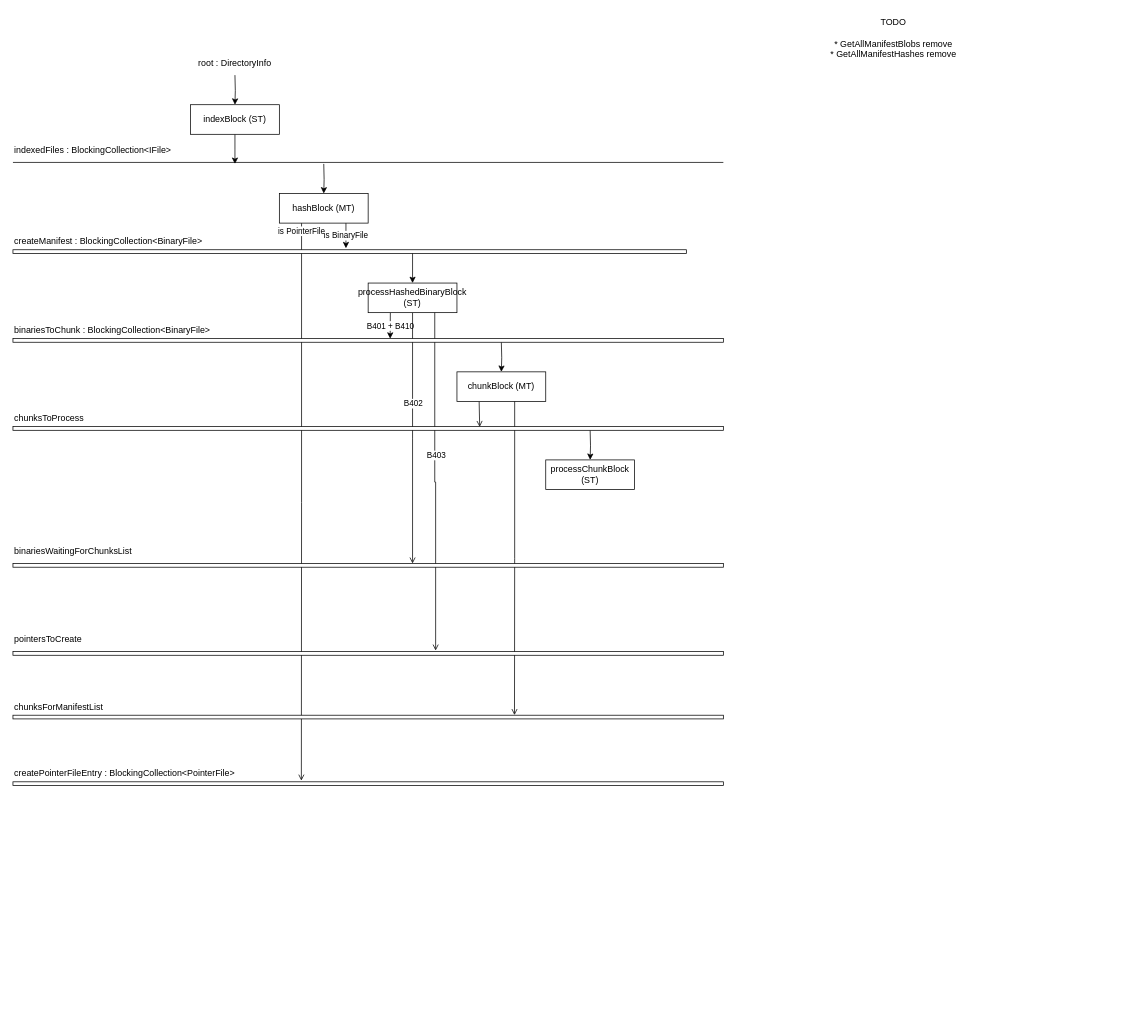
woutervanranst/Arius keeps this draw.io diagram as docs/AriusFlows.drawio. Above is the earlier version. Source tidied: cells renumbered, new cells numbered last; positions are measured from the earlier drawing's top-left corner, leaving out a move shared by most shapes. Both pictures are drawn from the tidied source at 74%, with x=0, y=0 at pixel (13, 30).
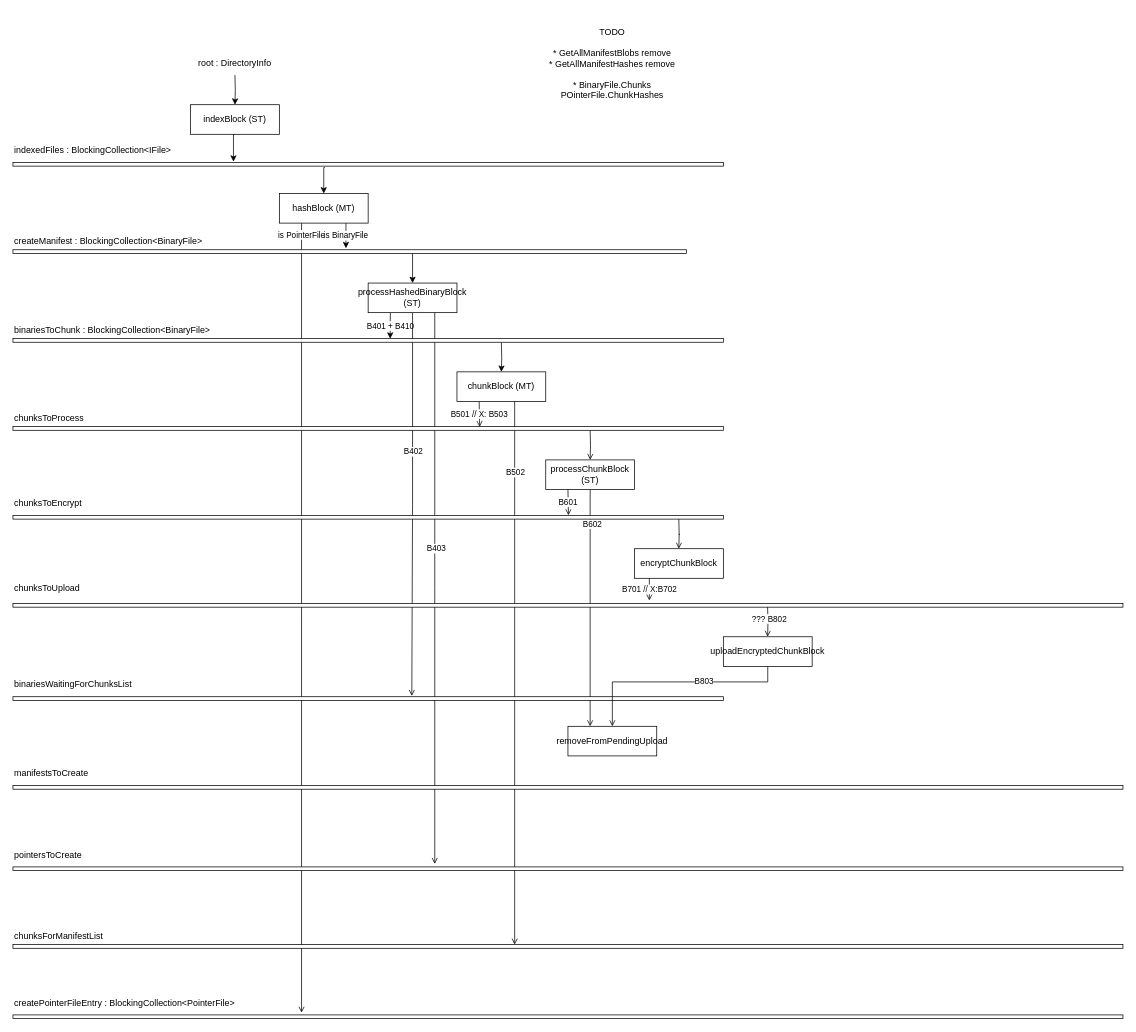
After the change.

The change refers to these unchanged cells:
```xml
<mxCell id="5" value="indexBlock (ST)" style="rounded=0;whiteSpace=wrap;html=1;" parent="1" vertex="1">
  <mxGeometry x="240" y="100" width="120" height="40" as="geometry" />
</mxCell>
<mxCell id="12" value="hashBlock (MT)" style="rounded=0;whiteSpace=wrap;html=1;" parent="1" vertex="1">
  <mxGeometry x="360" y="220" width="120" height="40" as="geometry" />
</mxCell>
<mxCell id="20" value="processHashedBinaryBlock (ST)" style="rounded=0;whiteSpace=wrap;html=1;" parent="1" vertex="1">
  <mxGeometry x="480" y="341" width="120" height="40" as="geometry" />
</mxCell>
<mxCell id="26" value="chunkBlock (MT)" style="rounded=0;whiteSpace=wrap;html=1;" parent="1" vertex="1">
  <mxGeometry x="600" y="461" width="120" height="40" as="geometry" />
</mxCell>
<mxCell id="29" value="processChunkBlock (ST)" style="rounded=0;whiteSpace=wrap;html=1;" parent="1" vertex="1">
  <mxGeometry x="720" y="580" width="120" height="40" as="geometry" />
</mxCell>
<mxCell id="34" style="rounded=0;whiteSpace=wrap;html=1;align=center;" parent="1" vertex="1">
  <mxGeometry y="535" width="960" height="5" as="geometry" />
</mxCell>
```

Change to the diagram source:
```diff
@@
-    <mxCell id="2" style="endArrow=none;html=1;" parent="1" edge="1">
-      <mxGeometry relative="1" as="geometry">
-        <mxPoint y="178" as="sourcePoint" />
-        <mxPoint x="960" y="178" as="targetPoint" />
-      </mxGeometry>
-    </mxCell>
@@
-    <mxCell id="4" style="edgeStyle=orthogonalEdgeStyle;rounded=0;jettySize=auto;html=1;" parent="1" edge="1" source="5">
+    <mxCell id="4" style="edgeStyle=orthogonalEdgeStyle;rounded=0;jettySize=auto;html=1;exitX=0.5;exitY=1;exitDx=0;exitDy=0;" parent="1" edge="1" source="5">
       <mxGeometry relative="1" as="geometry">
-        <mxPoint x="300" y="180" as="targetPoint" />
+        <mxPoint x="298" y="177" as="targetPoint" />
       </mxGeometry>
     </mxCell>
@@
     <mxCell id="8" value="createPointerFileEntry : BlockingCollection&amp;lt;PointerFile&amp;gt;" style="text;whiteSpace=wrap;html=1;" parent="1" vertex="1">
-      <mxGeometry y="990" width="330" height="30" as="geometry" />
+      <mxGeometry y="1300" width="330" height="30" as="geometry" />
     </mxCell>
@@
-    <mxCell id="10" value="is PointerFile" style="edgeStyle=orthogonalEdgeStyle;rounded=0;jettySize=auto;html=1;exitX=0.25;exitY=1;exitDx=0;exitDy=0;endArrow=open;endFill=0;entryX=0.406;entryY=-0.314;entryDx=0;entryDy=0;entryPerimeter=0;" parent="1" edge="1" source="12" target="39">
-      <mxGeometry x="-0.97" relative="1" as="geometry" />
+    <mxCell id="10" value="is PointerFile" style="edgeStyle=orthogonalEdgeStyle;rounded=0;jettySize=auto;html=1;exitX=0.25;exitY=1;exitDx=0;exitDy=0;endArrow=open;endFill=0;snapToPoint=0;" parent="1" edge="1" source="12">
+      <mxGeometry x="-0.97" relative="1" as="geometry">
+        <mxPoint x="390" y="1327" as="targetPoint" />
+      </mxGeometry>
     </mxCell>
@@
-    <mxCell id="13" style="edgeStyle=orthogonalEdgeStyle;rounded=0;jettySize=auto;html=1;entryX=0.5;entryY=0;entryDx=0;entryDy=0;" parent="1" edge="1" target="12">
-      <mxGeometry relative="1" as="geometry">
-        <mxPoint x="420" y="180" as="sourcePoint" />
-      </mxGeometry>
+    <mxCell id="13" style="edgeStyle=orthogonalEdgeStyle;rounded=0;jettySize=auto;html=1;entryX=0.5;entryY=0;entryDx=0;entryDy=0;exitX=0.439;exitY=1.371;exitDx=0;exitDy=0;exitPerimeter=0;" parent="1" edge="1" source="43" target="12">
+      <mxGeometry relative="1" as="geometry" />
     </mxCell>
@@
     <mxCell id="15" value="binariesWaitingForChunksList" style="text;whiteSpace=wrap;html=1;" parent="1" vertex="1">
-      <mxGeometry y="690" width="330" height="30" as="geometry" />
+      <mxGeometry y="870" width="330" height="30" as="geometry" />
     </mxCell>
     <mxCell id="16" value="pointersToCreate" style="text;whiteSpace=wrap;html=1;" parent="1" vertex="1">
-      <mxGeometry y="809" width="330" height="30" as="geometry" />
+      <mxGeometry y="1100" width="330" height="30" as="geometry" />
     </mxCell>
@@
     <mxCell id="18" style="edgeStyle=orthogonalEdgeStyle;rounded=0;jettySize=auto;html=1;exitX=0.5;exitY=1;exitDx=0;exitDy=0;endArrow=open;endFill=0;" parent="1" edge="1" source="20">
       <mxGeometry relative="1" as="geometry">
-        <mxPoint x="540" y="720" as="targetPoint" />
+        <mxPoint x="539" y="899" as="targetPoint" />
       </mxGeometry>
     </mxCell>
@@
-    <mxCell id="22" style="edgeStyle=orthogonalEdgeStyle;rounded=0;jettySize=auto;html=1;exitX=0.75;exitY=1;exitDx=0;exitDy=0;endArrow=open;endFill=0;entryX=0.595;entryY=-0.273;entryDx=0;entryDy=0;entryPerimeter=0;" parent="1" edge="1" source="20" target="33">
-      <mxGeometry relative="1" as="geometry" />
+    <mxCell id="22" style="edgeStyle=orthogonalEdgeStyle;rounded=0;jettySize=auto;html=1;exitX=0.75;exitY=1;exitDx=0;exitDy=0;endArrow=open;endFill=0;" parent="1" edge="1" source="20">
+      <mxGeometry relative="1" as="geometry">
+        <mxPoint x="570" y="1126" as="targetPoint" />
+      </mxGeometry>
     </mxCell>
     <mxCell id="23" value="B403" style="edgeLabel;html=1;align=center;verticalAlign=middle;" parent="22" vertex="1">
-      <mxGeometry x="-0.16" y="1" relative="1" as="geometry" />
+      <mxGeometry x="-0.16" y="1" relative="1" as="geometry">
+        <mxPoint y="5" as="offset" />
+      </mxGeometry>
     </mxCell>
-    <mxCell id="24" value="TODO&lt;br&gt;&lt;br&gt;* GetAllManifestBlobs remove&lt;br&gt;* GetAllManifestHashes remove" style="text;html=1;strokeColor=none;fillColor=none;align=center;verticalAlign=middle;whiteSpace=wrap;rounded=0;" parent="1" vertex="1">
-      <mxGeometry x="1010" width="360" height="20" as="geometry" />
+    <mxCell id="24" value="TODO&lt;br&gt;&lt;br&gt;* GetAllManifestBlobs remove&lt;br&gt;* GetAllManifestHashes remove&lt;br&gt;&lt;br&gt;* BinaryFile.Chunks&lt;br&gt;POinterFile.ChunkHashes" style="text;html=1;strokeColor=none;fillColor=none;align=center;verticalAlign=middle;whiteSpace=wrap;rounded=0;" parent="1" vertex="1">
+      <mxGeometry x="630" y="-24.5" width="360" height="139" as="geometry" />
     </mxCell>
-    <mxCell id="25" style="edgeStyle=orthogonalEdgeStyle;rounded=0;jettySize=auto;html=1;endArrow=open;endFill=0;exitX=0.25;exitY=1;exitDx=0;exitDy=0;entryX=0.657;entryY=0.091;entryDx=0;entryDy=0;entryPerimeter=0;" parent="1" edge="1" source="26" target="34">
+    <mxCell id="25" value="B501 // X: B503" style="edgeStyle=orthogonalEdgeStyle;rounded=0;jettySize=auto;html=1;endArrow=open;endFill=0;exitX=0.25;exitY=1;exitDx=0;exitDy=0;entryX=0.657;entryY=0.091;entryDx=0;entryDy=0;entryPerimeter=0;" parent="1" edge="1" source="26" target="34">
       <mxGeometry relative="1" as="geometry" />
     </mxCell>
@@
+    <mxCell id="40" style="edgeStyle=orthogonalEdgeStyle;rounded=0;jettySize=auto;html=1;entryX=0.25;entryY=0;entryDx=0;entryDy=0;endArrow=open;endFill=0;" parent="1" edge="1" source="29" target="57">
+      <mxGeometry relative="1" as="geometry" />
+    </mxCell>
+    <mxCell id="41" value="B602" style="edgeLabel;html=1;align=center;verticalAlign=middle;" parent="40" vertex="1">
+      <mxGeometry x="-0.71" y="2" relative="1" as="geometry" />
+    </mxCell>
@@
-    <mxCell id="30" style="edgeStyle=orthogonalEdgeStyle;rounded=0;jettySize=auto;html=1;entryX=0.5;entryY=0;entryDx=0;entryDy=0;" parent="1" edge="1" target="29">
+    <mxCell id="30" style="edgeStyle=orthogonalEdgeStyle;rounded=0;jettySize=auto;html=1;entryX=0.5;entryY=0;entryDx=0;entryDy=0;endArrow=open;endFill=0;" parent="1" edge="1" target="29">
       <mxGeometry relative="1" as="geometry">
         <mxPoint x="780" y="540" as="sourcePoint" />
       </mxGeometry>
     </mxCell>
     <mxCell id="31" value="chunksForManifestList" style="text;whiteSpace=wrap;html=1;" parent="1" vertex="1">
-      <mxGeometry y="900" width="330" height="30" as="geometry" />
+      <mxGeometry y="1210" width="330" height="30" as="geometry" />
     </mxCell>
-    <mxCell id="32" style="edgeStyle=orthogonalEdgeStyle;rounded=0;jettySize=auto;html=1;endArrow=open;endFill=0;exitX=0.65;exitY=1;exitDx=0;exitDy=0;exitPerimeter=0;entryX=0.706;entryY=-0.04;entryDx=0;entryDy=0;entryPerimeter=0;" parent="1" edge="1" source="26" target="38">
-      <mxGeometry relative="1" as="geometry" />
+    <mxCell id="32" style="edgeStyle=orthogonalEdgeStyle;rounded=0;jettySize=auto;html=1;endArrow=open;endFill=0;exitX=0.65;exitY=1;exitDx=0;exitDy=0;exitPerimeter=0;" parent="1" edge="1" source="26">
+      <mxGeometry relative="1" as="geometry">
+        <mxPoint x="678" y="1235" as="targetPoint" />
+      </mxGeometry>
     </mxCell>
+    <mxCell id="42" value="B502" style="edgeLabel;html=1;align=center;verticalAlign=middle;" parent="32" vertex="1">
+      <mxGeometry x="-0.74" relative="1" as="geometry" />
+    </mxCell>
     <mxCell id="33" style="rounded=0;whiteSpace=wrap;html=1;align=center;" parent="1" vertex="1">
-      <mxGeometry y="839" width="960" height="5" as="geometry" />
+      <mxGeometry y="1130" width="1500" height="5" as="geometry" />
     </mxCell>
@@
     <mxCell id="37" style="rounded=0;whiteSpace=wrap;html=1;align=center;" parent="1" vertex="1">
-      <mxGeometry y="720" width="960" height="5" as="geometry" />
+      <mxGeometry y="900" width="960" height="5" as="geometry" />
     </mxCell>
     <mxCell id="38" style="rounded=0;whiteSpace=wrap;html=1;align=center;" parent="1" vertex="1">
-      <mxGeometry y="925" width="960" height="5" as="geometry" />
+      <mxGeometry y="1235" width="1500" height="5" as="geometry" />
     </mxCell>
     <mxCell id="39" style="rounded=0;whiteSpace=wrap;html=1;align=center;" parent="1" vertex="1">
-      <mxGeometry y="1015" width="960" height="5" as="geometry" />
+      <mxGeometry y="1330" width="1500" height="5" as="geometry" />
     </mxCell>
+    <mxCell id="43" style="rounded=0;whiteSpace=wrap;html=1;align=center;" parent="1" vertex="1">
+      <mxGeometry y="178" width="960" height="5" as="geometry" />
+    </mxCell>
+    <mxCell id="44" value="chunksToEncrypt" style="text;whiteSpace=wrap;html=1;" parent="1" vertex="1">
+      <mxGeometry y="625" width="330" height="30" as="geometry" />
+    </mxCell>
+    <mxCell id="45" style="rounded=0;whiteSpace=wrap;html=1;align=center;" parent="1" vertex="1">
+      <mxGeometry y="655" width="960" height="5" as="geometry" />
+    </mxCell>
+    <mxCell id="46" value="chunksToUpload" style="text;whiteSpace=wrap;html=1;" parent="1" vertex="1">
+      <mxGeometry y="740" width="330" height="30" as="geometry" />
+    </mxCell>
+    <mxCell id="47" style="rounded=0;whiteSpace=wrap;html=1;align=center;" parent="1" vertex="1">
+      <mxGeometry y="774" width="1500" height="5" as="geometry" />
+    </mxCell>
+    <mxCell id="48" value="B601" style="edgeStyle=orthogonalEdgeStyle;rounded=0;jettySize=auto;html=1;entryX=0.782;entryY=-0.033;entryDx=0;entryDy=0;entryPerimeter=0;exitX=0.25;exitY=1;exitDx=0;exitDy=0;endArrow=open;endFill=0;" parent="1" edge="1" source="29" target="45">
+      <mxGeometry relative="1" as="geometry" />
+    </mxCell>
+    <mxCell id="49" value="encryptChunkBlock" style="rounded=0;whiteSpace=wrap;html=1;" parent="1" vertex="1">
+      <mxGeometry x="840" y="700" width="120" height="40" as="geometry" />
+    </mxCell>
+    <mxCell id="50" style="edgeStyle=orthogonalEdgeStyle;rounded=0;orthogonalLoop=1;jettySize=auto;html=1;entryX=0.5;entryY=0;entryDx=0;entryDy=0;endArrow=open;endFill=0;" parent="1" edge="1">
+      <mxGeometry relative="1" as="geometry">
+        <mxPoint x="899.8" y="660" as="sourcePoint" />
+        <mxPoint x="899.8" y="700" as="targetPoint" />
+      </mxGeometry>
+    </mxCell>
+    <mxCell id="51" value="B701 // X:B702" style="edgeStyle=orthogonalEdgeStyle;rounded=0;orthogonalLoop=1;jettySize=auto;html=1;endArrow=open;endFill=0;" parent="1" edge="1">
+      <mxGeometry relative="1" as="geometry">
+        <mxPoint x="860" y="740" as="sourcePoint" />
+        <mxPoint x="860" y="770" as="targetPoint" />
+      </mxGeometry>
+    </mxCell>
+    <mxCell id="52" style="edgeStyle=orthogonalEdgeStyle;rounded=0;jettySize=auto;html=1;endArrow=open;endFill=0;exitX=0.5;exitY=1;exitDx=0;exitDy=0;" parent="1" edge="1" source="54" target="57">
+      <mxGeometry relative="1" as="geometry">
+        <Array as="points">
+          <mxPoint x="1020" y="880" />
+          <mxPoint x="810" y="880" />
+        </Array>
+      </mxGeometry>
+    </mxCell>
+    <mxCell id="53" value="B803" style="edgeLabel;html=1;align=center;verticalAlign=middle;" parent="52" vertex="1">
+      <mxGeometry x="-0.26" y="-2" relative="1" as="geometry" />
+    </mxCell>
+    <mxCell id="54" value="uploadEncryptedChunkBlock" style="rounded=0;whiteSpace=wrap;html=1;" parent="1" vertex="1">
+      <mxGeometry x="960" y="819" width="120" height="40" as="geometry" />
+    </mxCell>
+    <mxCell id="55" style="edgeStyle=orthogonalEdgeStyle;rounded=0;orthogonalLoop=1;jettySize=auto;html=1;entryX=0.5;entryY=0;entryDx=0;entryDy=0;endArrow=open;endFill=0;" parent="1" edge="1">
+      <mxGeometry relative="1" as="geometry">
+        <mxPoint x="1019.8" y="779" as="sourcePoint" />
+        <mxPoint x="1019.8" y="819" as="targetPoint" />
+      </mxGeometry>
+    </mxCell>
+    <mxCell id="56" value="??? B802" style="edgeLabel;html=1;align=center;verticalAlign=middle;" parent="55" vertex="1">
+      <mxGeometry x="-0.25" y="1" relative="1" as="geometry" />
+    </mxCell>
+    <mxCell id="57" value="removeFromPendingUpload" style="rounded=0;whiteSpace=wrap;html=1;" parent="1" vertex="1">
+      <mxGeometry x="750" y="940" width="120" height="40" as="geometry" />
+    </mxCell>
+    <mxCell id="58" value="manifestsToCreate" style="text;whiteSpace=wrap;html=1;" parent="1" vertex="1">
+      <mxGeometry y="990" width="330" height="30" as="geometry" />
+    </mxCell>
+    <mxCell id="59" style="rounded=0;whiteSpace=wrap;html=1;align=center;" parent="1" vertex="1">
+      <mxGeometry y="1020" width="1500" height="5" as="geometry" />
+    </mxCell>
```
